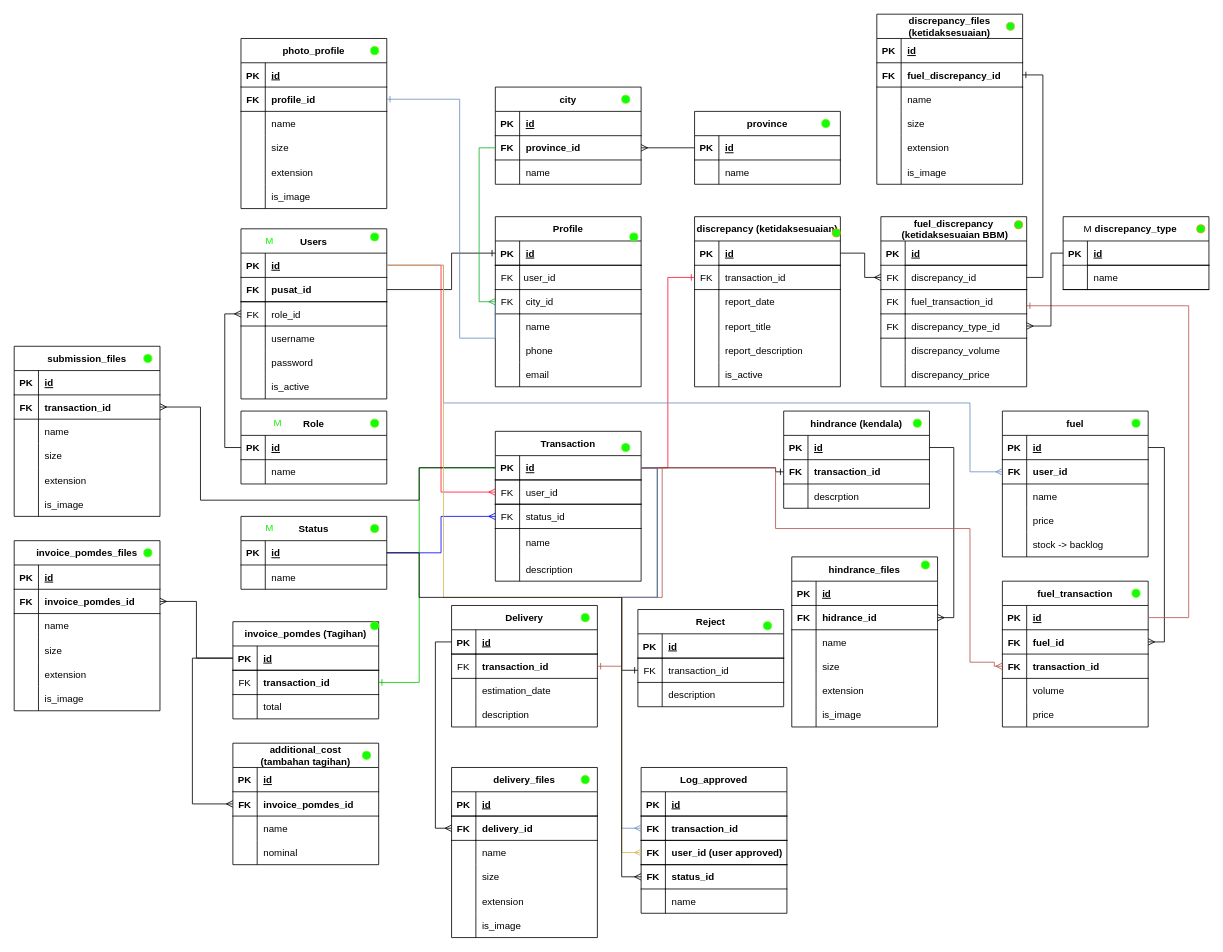
Above: PomdesDB.drawio in Faris072/pomdes (draw.io), before the change. Source tidied: cells renumbered, new cells numbered last; positions are measured from the earlier drawing's top-left corner, leaving out a move shared by most shapes. Both pictures are drawn from the tidied source at 81%, with x=0, y=0 at pixel (14, 14).
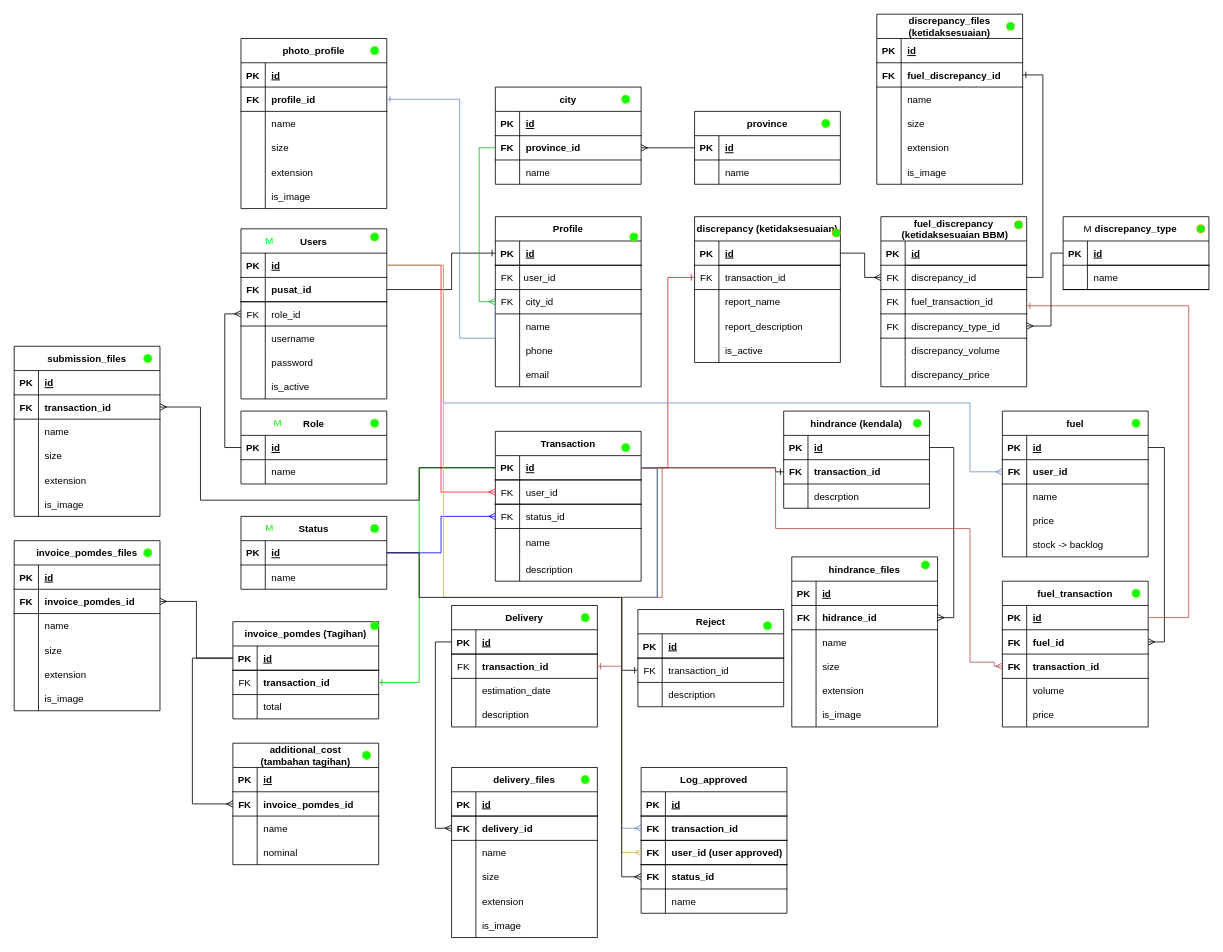
After the change.

What changed in the source:
```diff
@@
     <mxCell id="96" value="discrepancy (ketidaksesuaian)" style="shape=table;startSize=30;childLayout=tableLayout;rowLines=0;fontStyle=1;align=center;" parent="1" vertex="1">
-      <mxGeometry x="840" y="250" width="180" height="210" as="geometry" />
+      <mxGeometry x="840" y="250" width="180" height="180" as="geometry" />
     </mxCell>
@@
-    <mxCell id="103" style="shape=tableRow;horizontal=0;startSize=0;swimlaneHead=0;swimlaneBody=0;fillColor=none;top=0;left=0;right=0;bottom=0;" parent="96" vertex="1">
-      <mxGeometry y="90" width="180" height="30" as="geometry" />
-    </mxCell>
-    <mxCell id="104" style="shape=partialRectangle;fillColor=none;top=0;left=0;bottom=0;right=0;overflow=hidden;" parent="103" vertex="1">
-      <mxGeometry width="30" height="30" as="geometry" />
-    </mxCell>
-    <mxCell id="105" value="report_date" style="shape=partialRectangle;fillColor=none;top=0;left=0;bottom=0;right=0;align=left;spacingLeft=6;overflow=hidden;" parent="103" vertex="1">
-      <mxGeometry x="30" width="150" height="30" as="geometry" />
-    </mxCell>
     <mxCell id="106" style="shape=tableRow;horizontal=0;startSize=0;swimlaneHead=0;swimlaneBody=0;fillColor=none;top=0;left=0;right=0;bottom=0;" parent="96" vertex="1">
-      <mxGeometry y="120" width="180" height="30" as="geometry" />
+      <mxGeometry y="90" width="180" height="30" as="geometry" />
     </mxCell>
@@
-    <mxCell id="108" value="report_title" style="shape=partialRectangle;fillColor=none;top=0;left=0;bottom=0;right=0;align=left;spacingLeft=6;overflow=hidden;" parent="106" vertex="1">
+    <mxCell id="108" value="report_name" style="shape=partialRectangle;fillColor=none;top=0;left=0;bottom=0;right=0;align=left;spacingLeft=6;overflow=hidden;" parent="106" vertex="1">
       <mxGeometry x="30" width="150" height="30" as="geometry" />
     </mxCell>
     <mxCell id="109" style="shape=tableRow;horizontal=0;startSize=0;swimlaneHead=0;swimlaneBody=0;fillColor=none;top=0;left=0;right=0;bottom=0;" parent="96" vertex="1">
-      <mxGeometry y="150" width="180" height="30" as="geometry" />
+      <mxGeometry y="120" width="180" height="30" as="geometry" />
     </mxCell>
@@
     <mxCell id="112" style="shape=tableRow;horizontal=0;startSize=0;swimlaneHead=0;swimlaneBody=0;fillColor=none;top=0;left=0;right=0;bottom=0;" parent="96" vertex="1">
-      <mxGeometry y="180" width="180" height="30" as="geometry" />
+      <mxGeometry y="150" width="180" height="30" as="geometry" />
     </mxCell>
```
